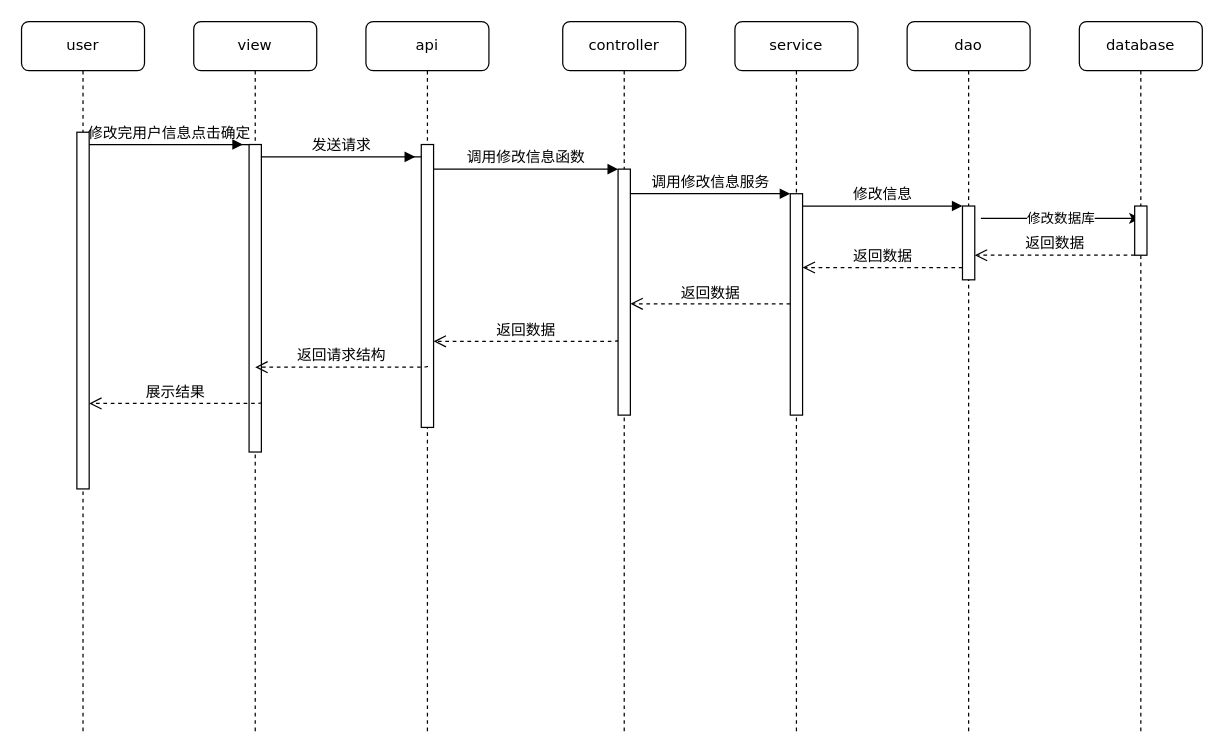
myjdml/drowio keeps this draw.io diagram as 毕业设计CQUPT/管理用户时序图.drawio. Above is the earlier version. Source tidied: cells renumbered, new cells numbered last; positions are measured from the earlier drawing's top-left corner, leaving out a move shared by most shapes. Both pictures are drawn from the tidied source at 123%, with x=0, y=0 at pixel (21, 21).
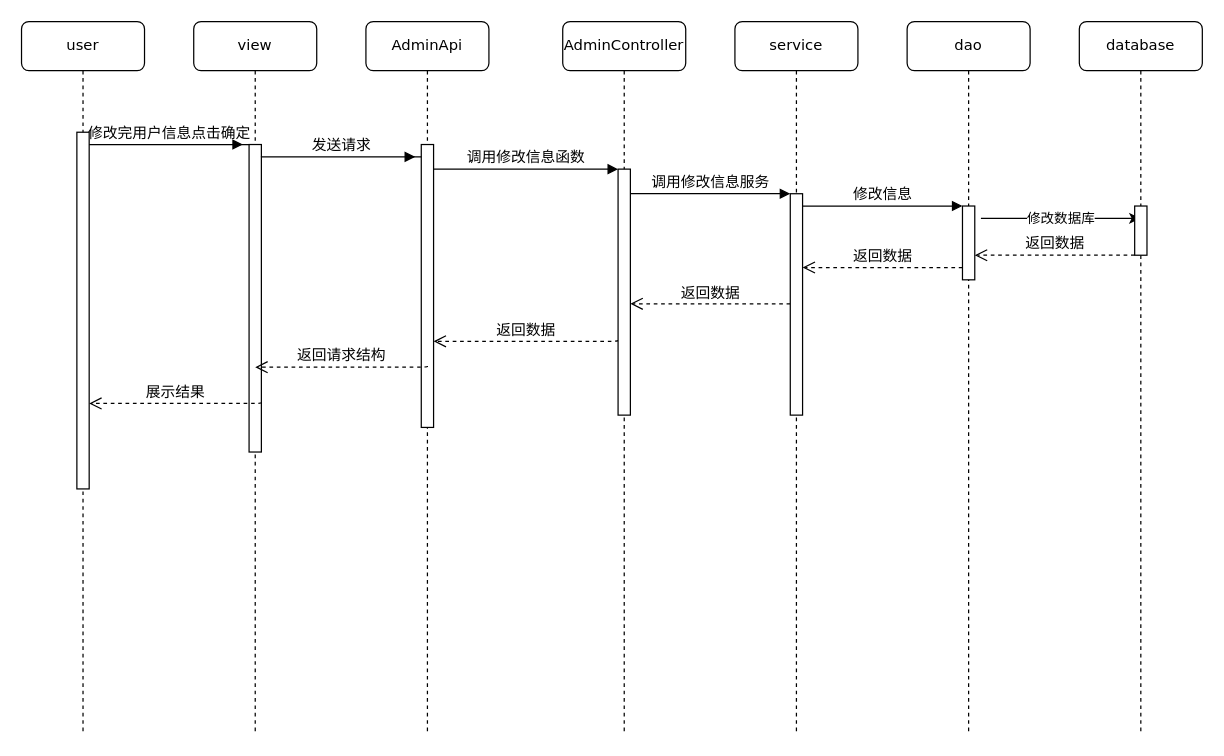
The same page after the edit.

Commit message:
更新管理用户时序图.drawio

The edit, as a diff of the source:
```diff
@@
-    <mxCell id="2" value="api" style="shape=umlLifeline;perimeter=lifelinePerimeter;whiteSpace=wrap;html=1;rounded=1;shadow=0;comic=0;labelBackgroundColor=none;strokeWidth=1;fontFamily=Verdana;fontSize=12;align=center;" parent="1" vertex="1">
+    <mxCell id="2" value="AdminApi" style="shape=umlLifeline;perimeter=lifelinePerimeter;whiteSpace=wrap;html=1;rounded=1;shadow=0;comic=0;labelBackgroundColor=none;strokeWidth=1;fontFamily=Verdana;fontSize=12;align=center;" parent="1" vertex="1">
       <mxGeometry x="280" width="100" height="580" as="geometry" />
     </mxCell>
@@
-    <mxCell id="5" value="controller" style="shape=umlLifeline;perimeter=lifelinePerimeter;whiteSpace=wrap;html=1;rounded=1;shadow=0;comic=0;labelBackgroundColor=none;strokeWidth=1;fontFamily=Verdana;fontSize=12;align=center;" parent="1" vertex="1">
+    <mxCell id="5" value="AdminController" style="shape=umlLifeline;perimeter=lifelinePerimeter;whiteSpace=wrap;html=1;rounded=1;shadow=0;comic=0;labelBackgroundColor=none;strokeWidth=1;fontFamily=Verdana;fontSize=12;align=center;" parent="1" vertex="1">
       <mxGeometry x="440" width="100" height="580" as="geometry" />
     </mxCell>
```
